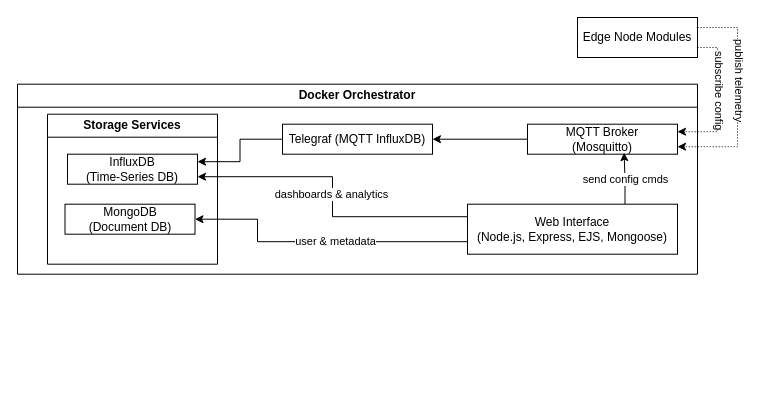
jeremiafourie/cogniflight-cloud keeps this draw.io diagram as docs/cloud_server_design.drawio. Above is the earlier version. Source tidied: cells renumbered, new cells numbered last; positions are measured from the earlier drawing's top-left corner, leaving out a move shared by most shapes. Both pictures are drawn from the tidied source at 100%, with x=0, y=0 at pixel (17, 17).
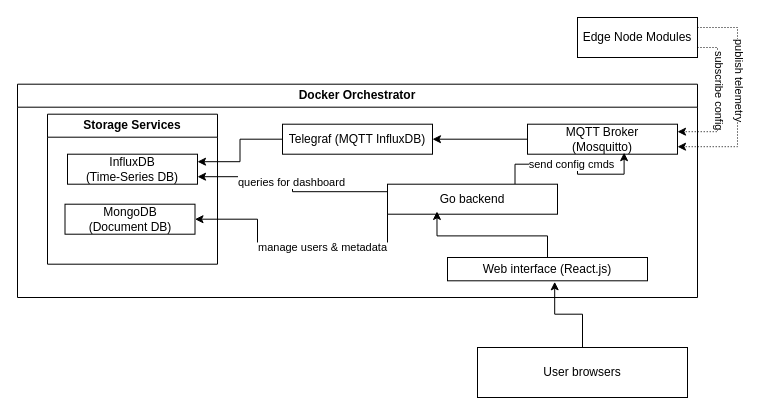
The same diagram, later.

The change refers to these unchanged cells:
```xml
<mxCell id="4" value="MQTT Broker&lt;div&gt;(Mosquitto)&lt;/div&gt;" style="rounded=0;whiteSpace=wrap;html=1;" parent="2" vertex="1">
  <mxGeometry x="510" y="40" width="150" height="30" as="geometry" />
</mxCell>
<mxCell id="8" value="InfluxDB&lt;div&gt;(Time-Series DB)&lt;/div&gt;" style="rounded=0;whiteSpace=wrap;html=1;" parent="7" vertex="1">
  <mxGeometry x="20" y="40" width="130" height="30" as="geometry" />
</mxCell>
<mxCell id="9" value="MongoDB&lt;div&gt;(Document DB)&lt;/div&gt;" style="rounded=0;whiteSpace=wrap;html=1;" parent="7" vertex="1">
  <mxGeometry x="17.5" y="90" width="130" height="30" as="geometry" />
</mxCell>
<mxCell id="21" value="Edge Node Modules" style="rounded=0;whiteSpace=wrap;html=1;" parent="1" vertex="1">
  <mxGeometry x="560" width="120" height="40" as="geometry" />
</mxCell>
```

What changed in the source:
```diff
@@
     <mxCell id="2" value="Docker Orchestrator" style="swimlane;whiteSpace=wrap;html=1;" parent="1" vertex="1">
-      <mxGeometry y="66.7" width="680" height="190" as="geometry" />
+      <mxGeometry y="66.7" width="680" height="213.3" as="geometry" />
     </mxCell>
@@
-    <mxCell id="10" style="edgeStyle=orthogonalEdgeStyle;rounded=0;jettySize=auto;html=1;exitX=0.75;exitY=0;exitDx=0;exitDy=0;entryX=0.644;entryY=0.948;entryDx=0;entryDy=0;entryPerimeter=0;" parent="2" edge="1" source="16" target="4">
-      <mxGeometry relative="1" as="geometry" />
-    </mxCell>
+    <mxCell id="22" style="edgeStyle=orthogonalEdgeStyle;rounded=0;jettySize=auto;html=1;exitX=0.75;exitY=0;exitDx=0;exitDy=0;entryX=0.644;entryY=0.948;entryDx=0;entryDy=0;entryPerimeter=0;" parent="2" edge="1" source="27" target="4">
+      <mxGeometry relative="1" as="geometry" />
+    </mxCell>
-    <mxCell id="11" value="send config cmds" style="edgeLabel;html=1;align=center;verticalAlign=middle;" parent="10" vertex="1">
+    <mxCell id="11" value="send config cmds" style="edgeLabel;html=1;align=center;verticalAlign=middle;" parent="22" vertex="1">
       <mxGeometry x="-0.05" relative="1" as="geometry" />
     </mxCell>
-    <mxCell id="12" style="edgeStyle=orthogonalEdgeStyle;rounded=0;jettySize=auto;html=1;exitX=0;exitY=0.25;exitDx=0;exitDy=0;entryX=1;entryY=0.75;entryDx=0;entryDy=0;" parent="2" edge="1" source="16" target="8">
-      <mxGeometry relative="1" as="geometry" />
-    </mxCell>
-    <mxCell id="13" value="dashboards &amp;amp; analytics" style="edgeLabel;html=1;align=center;verticalAlign=middle;" parent="12" vertex="1">
-      <mxGeometry x="0.02" y="2" relative="1" as="geometry" />
-    </mxCell>
-    <mxCell id="14" style="edgeStyle=orthogonalEdgeStyle;rounded=0;jettySize=auto;html=1;exitX=0;exitY=0.75;exitDx=0;exitDy=0;" parent="2" edge="1" source="16" target="9">
-      <mxGeometry relative="1" as="geometry">
-        <Array as="points">
-          <mxPoint x="240" y="158" />
-          <mxPoint x="240" y="135" />
-        </Array>
-      </mxGeometry>
-    </mxCell>
-    <mxCell id="15" value="user &amp;amp; metadata" style="edgeLabel;html=1;align=center;verticalAlign=middle;" parent="14" vertex="1">
-      <mxGeometry x="-0.1" y="-1" relative="1" as="geometry" />
-    </mxCell>
-    <mxCell id="16" value="Web Interface&lt;div&gt;(Node.js, Express, EJS, Mongoose)&lt;/div&gt;" style="rounded=0;whiteSpace=wrap;html=1;" parent="2" vertex="1">
-      <mxGeometry x="450" y="120" width="210" height="50" as="geometry" />
-    </mxCell>
-    <mxCell id="17" style="edgeStyle=orthogonalEdgeStyle;rounded=0;jettySize=auto;html=1;exitX=1;exitY=0.75;exitDx=0;exitDy=0;entryX=1;entryY=0.25;entryDx=0;entryDy=0;dashed=1;dashPattern=1 2;" parent="1" edge="1" source="21" target="4">
-      <mxGeometry relative="1" as="geometry" />
-    </mxCell>
+    <mxCell id="23" style="edgeStyle=orthogonalEdgeStyle;rounded=0;jettySize=auto;html=1;exitX=0;exitY=0.25;exitDx=0;exitDy=0;entryX=1;entryY=0.75;entryDx=0;entryDy=0;" parent="2" edge="1" source="27" target="8">
+      <mxGeometry relative="1" as="geometry" />
+    </mxCell>
+    <mxCell id="24" value="queries for dashboard" style="edgeLabel;html=1;align=center;verticalAlign=middle;" parent="23" vertex="1">
+      <mxGeometry x="0.02" y="2" relative="1" as="geometry" />
+    </mxCell>
+    <mxCell id="25" style="edgeStyle=orthogonalEdgeStyle;rounded=0;jettySize=auto;html=1;exitX=0;exitY=0.75;exitDx=0;exitDy=0;fontFamily=Helvetica;" parent="2" edge="1" source="27" target="9">
+      <mxGeometry relative="1" as="geometry">
+        <Array as="points">
+          <mxPoint x="240" y="158" />
+          <mxPoint x="240" y="135" />
+        </Array>
+      </mxGeometry>
+    </mxCell>
+    <mxCell id="26" value="manage users &amp;amp; metadata" style="edgeLabel;html=1;align=center;verticalAlign=middle;" parent="25" vertex="1">
+      <mxGeometry x="-0.1" y="-1" relative="1" as="geometry">
+        <mxPoint x="12" y="6" as="offset" />
+      </mxGeometry>
+    </mxCell>
+    <mxCell id="27" value="Go backend" style="rounded=0;whiteSpace=wrap;html=1;" parent="2" vertex="1">
+      <mxGeometry x="370" y="100" width="170" height="30" as="geometry" />
+    </mxCell>
+    <mxCell id="28" value="Web interface (React.js)" style="rounded=0;whiteSpace=wrap;html=1;" parent="2" vertex="1">
+      <mxGeometry x="430" y="173.3" width="200" height="23.3" as="geometry" />
+    </mxCell>
+    <mxCell id="29" style="edgeStyle=orthogonalEdgeStyle;rounded=0;jettySize=auto;html=1;entryX=0.291;entryY=0.908;entryDx=0;entryDy=0;entryPerimeter=0;" parent="2" edge="1" source="28" target="27">
+      <mxGeometry relative="1" as="geometry" />
+    </mxCell>
+    <mxCell id="30" style="edgeStyle=orthogonalEdgeStyle;rounded=0;jettySize=auto;html=1;exitX=1;exitY=0.75;exitDx=0;exitDy=0;entryX=1;entryY=0.25;entryDx=0;entryDy=0;dashed=1;dashPattern=1 2;" parent="1" edge="1" source="21" target="4">
+      <mxGeometry relative="1" as="geometry" />
+    </mxCell>
-    <mxCell id="18" value="subscribe config" style="edgeLabel;html=1;align=center;verticalAlign=middle;textDirection=vertical-lr;" parent="17" vertex="1">
+    <mxCell id="18" value="subscribe config" style="edgeLabel;html=1;align=center;verticalAlign=middle;textDirection=vertical-lr;" parent="30" vertex="1">
       <mxGeometry x="-0.14" relative="1" as="geometry" />
     </mxCell>
-    <mxCell id="19" style="edgeStyle=orthogonalEdgeStyle;rounded=0;jettySize=auto;html=1;exitX=1;exitY=0.25;exitDx=0;exitDy=0;entryX=1;entryY=0.75;entryDx=0;entryDy=0;dashed=1;dashPattern=1 2;" parent="1" edge="1" source="21" target="4">
-      <mxGeometry relative="1" as="geometry">
-        <Array as="points">
-          <mxPoint x="720" y="10" />
-          <mxPoint x="720" y="129" />
-        </Array>
-      </mxGeometry>
-    </mxCell>
+    <mxCell id="31" style="edgeStyle=orthogonalEdgeStyle;rounded=0;jettySize=auto;html=1;exitX=1;exitY=0.25;exitDx=0;exitDy=0;entryX=1;entryY=0.75;entryDx=0;entryDy=0;dashed=1;dashPattern=1 2;" parent="1" edge="1" source="21" target="4">
+      <mxGeometry relative="1" as="geometry">
+        <Array as="points">
+          <mxPoint x="720" y="10" />
+          <mxPoint x="720" y="129" />
+        </Array>
+      </mxGeometry>
+    </mxCell>
-    <mxCell id="20" value="publish telemetry" style="edgeLabel;html=1;align=center;verticalAlign=middle;textDirection=vertical-lr;" parent="19" vertex="1">
+    <mxCell id="20" value="publish telemetry" style="edgeLabel;html=1;align=center;verticalAlign=middle;textDirection=vertical-lr;" parent="31" vertex="1">
       <mxGeometry x="-0.16" relative="1" as="geometry" />
     </mxCell>
@@
+    <mxCell id="32" value="User browsers" style="rounded=0;whiteSpace=wrap;html=1;" parent="1" vertex="1">
+      <mxGeometry x="460" y="330" width="210" height="50" as="geometry" />
+    </mxCell>
+    <mxCell id="33" style="edgeStyle=orthogonalEdgeStyle;rounded=0;jettySize=auto;html=1;entryX=0.536;entryY=1.043;entryDx=0;entryDy=0;entryPerimeter=0;" parent="1" edge="1" source="32" target="28">
+      <mxGeometry relative="1" as="geometry" />
+    </mxCell>
```
